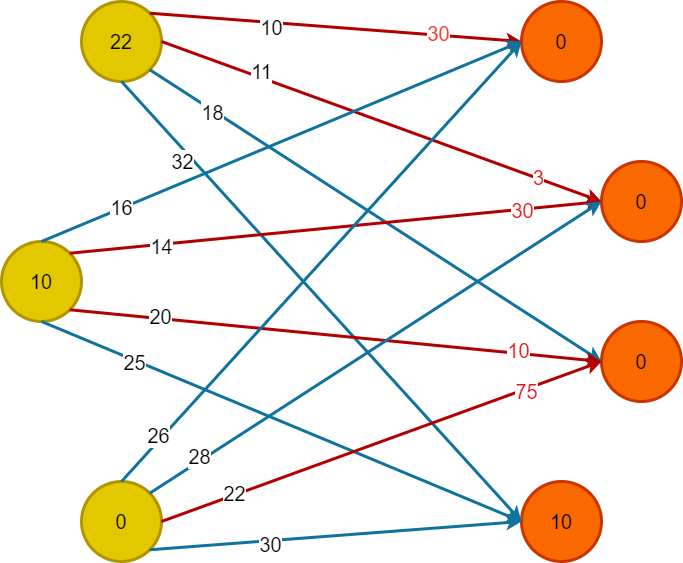
Earlier version of the draw.io export Диаграмма без названия.drawio.png (Che10vec/temp). Source tidied: cells renumbered, new cells last; positions are measured from the earlier drawing's top-left corner, leaving out a move shared by most shapes.
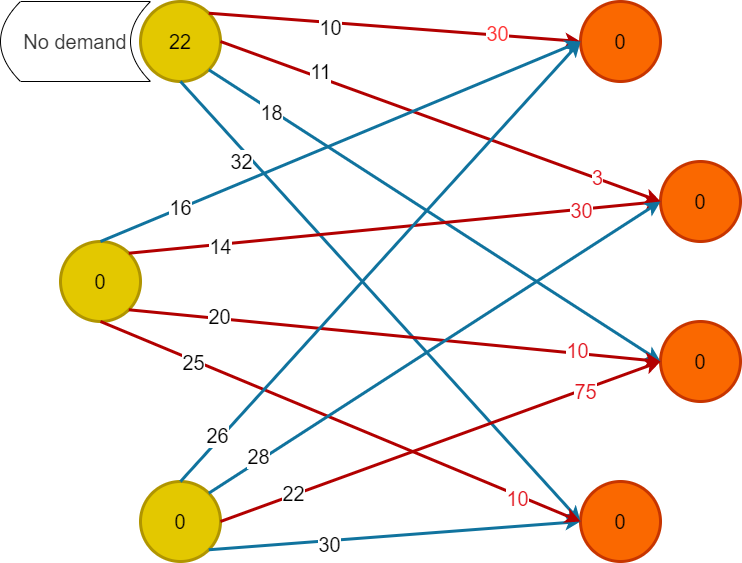
The same diagram one commit later.

What changed in the source:
```diff
@@ -8,7 +8,7 @@
     <mxCell id="3" value="0" style="ellipse;whiteSpace=wrap;html=1;strokeWidth=3;fillColor=#fa6800;strokeColor=#C73500;fontColor=#000000;fontSize=20;" parent="1" vertex="1">
       <mxGeometry x="520" width="80" height="80" as="geometry" />
     </mxCell>
-    <mxCell id="4" value="10" style="ellipse;whiteSpace=wrap;html=1;fillColor=#e3c800;strokeColor=#B09500;strokeWidth=3;fontColor=#000000;fontSize=20;" parent="1" vertex="1">
+    <mxCell id="4" value="0" style="ellipse;whiteSpace=wrap;html=1;fillColor=#e3c800;strokeColor=#B09500;strokeWidth=3;fontColor=#000000;fontSize=20;" parent="1" vertex="1">
       <mxGeometry y="240" width="80" height="80" as="geometry" />
     </mxCell>
     <mxCell id="5" value="0" style="ellipse;whiteSpace=wrap;html=1;strokeWidth=3;fillColor=#fa6800;strokeColor=#C73500;fontColor=#000000;fontSize=20;" parent="1" vertex="1">
@@ -20,7 +20,7 @@
     <mxCell id="7" value="0" style="ellipse;whiteSpace=wrap;html=1;fillColor=#e3c800;strokeColor=#B09500;strokeWidth=3;fontColor=#000000;fontSize=20;" parent="1" vertex="1">
       <mxGeometry x="80" y="480" width="80" height="80" as="geometry" />
     </mxCell>
-    <mxCell id="8" value="10" style="ellipse;whiteSpace=wrap;html=1;strokeWidth=3;fillColor=#fa6800;strokeColor=#C73500;fontColor=#000000;fontSize=20;" parent="1" vertex="1">
+    <mxCell id="8" value="0" style="ellipse;whiteSpace=wrap;html=1;strokeWidth=3;fillColor=#fa6800;strokeColor=#C73500;fontColor=#000000;fontSize=20;" parent="1" vertex="1">
       <mxGeometry x="520" y="480" width="80" height="80" as="geometry" />
     </mxCell>
     <mxCell id="9" style="endArrow=classic;html=1;rounded=0;exitX=1;exitY=0;exitDx=0;exitDy=0;entryX=0;entryY=0.5;entryDx=0;entryDy=0;strokeWidth=3;fillColor=#e51400;strokeColor=#B20000;fontSize=20;" parent="1" edge="1" source="2" target="3">
@@ -67,7 +67,7 @@
     <mxCell id="20" value="30" style="edgeLabel;html=1;align=center;verticalAlign=middle;fontSize=20;" parent="19" vertex="1">
       <mxGeometry x="-0.36" y="-3" relative="1" as="geometry" />
     </mxCell>
-    <mxCell id="21" style="endArrow=classic;html=1;rounded=0;exitX=0.5;exitY=1;exitDx=0;exitDy=0;entryX=0;entryY=0.5;entryDx=0;entryDy=0;fillColor=#b1ddf0;strokeColor=#10739e;strokeWidth=3;fontSize=20;" parent="1" edge="1" source="4" target="8">
+    <mxCell id="21" style="endArrow=classic;html=1;rounded=0;exitX=0.5;exitY=1;exitDx=0;exitDy=0;entryX=0;entryY=0.5;entryDx=0;entryDy=0;fillColor=#e51400;strokeColor=#B20000;strokeWidth=3;fontSize=20;" parent="1" edge="1" source="4" target="8">
       <mxGeometry relative="1" as="geometry" />
     </mxCell>
     <mxCell id="22" value="25" style="edgeLabel;html=1;align=center;verticalAlign=middle;fontSize=20;" parent="21" vertex="1">
@@ -75,6 +75,9 @@
         <mxPoint x="-1" as="offset" />
       </mxGeometry>
     </mxCell>
+    <mxCell id="38" value="10" style="edgeLabel;html=1;align=center;verticalAlign=middle;fontSize=20;fontColor=#e1141e;" parent="21" vertex="1">
+      <mxGeometry x="0.74" y="-3" relative="1" as="geometry" />
+    </mxCell>
     <mxCell id="23" style="endArrow=classic;html=1;rounded=0;exitX=0.5;exitY=0;exitDx=0;exitDy=0;entryX=0;entryY=0.5;entryDx=0;entryDy=0;fillColor=#b1ddf0;strokeColor=#10739e;strokeWidth=3;fontSize=20;" parent="1" edge="1" source="4" target="3">
       <mxGeometry relative="1" as="geometry" />
     </mxCell>
@@ -126,5 +129,8 @@
     <mxCell id="37" value="75" style="edgeLabel;html=1;align=center;verticalAlign=middle;fontSize=20;fontColor=#e1141e;" parent="35" vertex="1">
       <mxGeometry x="0.65" y="-2" relative="1" as="geometry" />
     </mxCell>
+    <mxCell id="39" value="&lt;font color=&quot;#333333&quot;&gt;No demand&lt;/font&gt;" style="shape=dataStorage;whiteSpace=wrap;html=1;fixedSize=1;fontSize=20;fontColor=#e1141e;" parent="1" vertex="1">
+      <mxGeometry x="-60" width="150" height="80" as="geometry" />
+    </mxCell>
   </root>
 </mxGraphModel>
```
